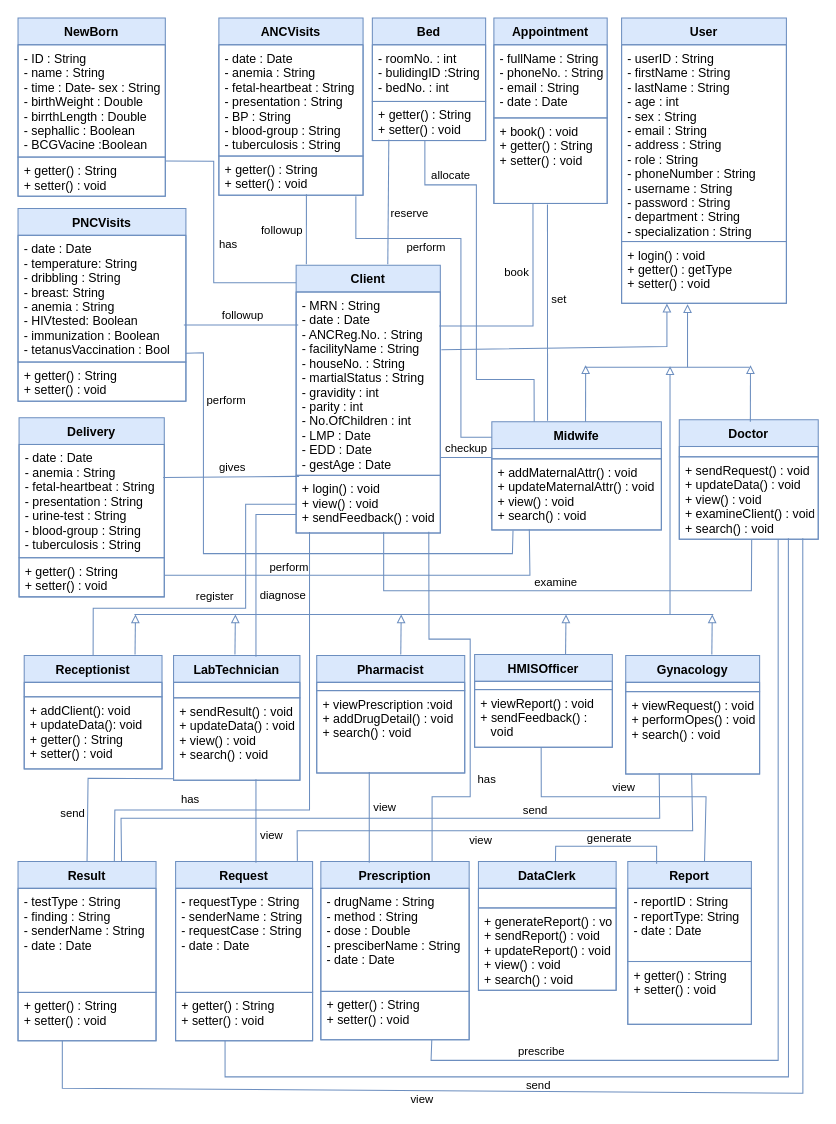
This is page "Class Diagram" (1 of 2) of Class Diagram.drawio from fasil712/UML_Diagram_Design, a draw.io file, before an edit. Source tidied: cells renumbered, new cells numbered last; positions are measured from the earlier drawing's top-left corner, leaving out a move shared by most shapes. Both pictures are drawn from the tidied source at 103%, with x=0, y=0 at pixel (18, 18).
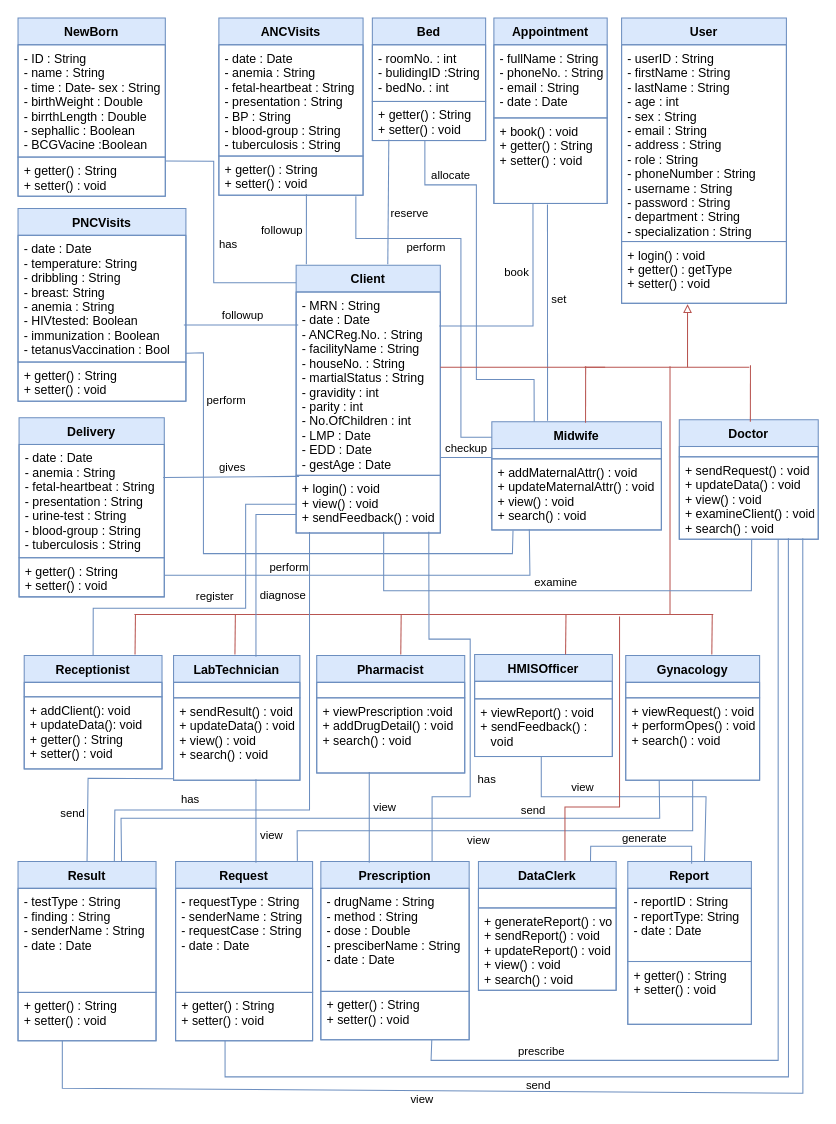
After the change.

The change refers to these unchanged cells:
```xml
<mxCell id="4" value="+ login() : void&#10;+ getter() : getType&#10;+ setter() : void" style="text;strokeColor=#6C8EBF;fillColor=none;align=left;verticalAlign=top;spacingLeft=4;spacingRight=4;overflow=hidden;points=[[0,0.5],[1,0.5]];portConstraint=eastwest;strokeWidth=1;spacingTop=0;fontSize=12;" parent="2" vertex="1">
  <mxGeometry y="217" width="160" height="60" as="geometry" />
</mxCell>
<mxCell id="18" value="- MRN : String&#10;- date : Date&#10;- ANCReg.No. : String&#10;- facilityName : String&#10;- houseNo. : String&#10;- martialStatus : String&#10;- gravidity : int&#10;- parity : int&#10;- No.OfChildren : int&#10;- LMP : Date&#10;- EDD : Date&#10;- gestAge : Date&#10;" style="text;strokeColor=#6C8EBF;fillColor=none;align=left;verticalAlign=top;spacingLeft=4;spacingRight=4;overflow=hidden;points=[[0,0.5],[1,0.5]];portConstraint=eastwest;strokeWidth=1;spacingTop=0;fontSize=12;" parent="17" vertex="1">
  <mxGeometry y="26" width="140" height="178" as="geometry" />
</mxCell>
<mxCell id="61" value="Pharmacist " style="swimlane;fontStyle=1;align=center;verticalAlign=top;horizontal=1;startSize=26;strokeWidth=1;spacingTop=0;fontSize=12;strokeColor=#6c8ebf;fillColor=#dae8fc;" parent="1" vertex="1">
  <mxGeometry x="290" y="619" width="143.7" height="114" as="geometry" />
</mxCell>
```

The edit, as a diff of the source:
```diff
@@
-    <mxCell id="46" style="endArrow=none;html=1;rounded=0;fontSize=11;strokeWidth=1;entryX=1.007;entryY=0.315;entryDx=0;entryDy=0;exitX=0.275;exitY=1.004;exitDx=0;exitDy=0;startArrow=block;startFill=0;fillColor=#dae8fc;strokeColor=#6c8ebf;exitPerimeter=0;entryPerimeter=0;" parent="1" edge="1" source="4" target="18">
-      <mxGeometry relative="1" as="geometry">
-        <Array as="points">
-          <mxPoint x="630" y="319" />
-        </Array>
-      </mxGeometry>
-    </mxCell>
-    <mxCell id="47" style="edgeStyle=none;rounded=0;orthogonalLoop=1;jettySize=auto;html=1;fontSize=11;startArrow=none;startFill=0;endArrow=block;endFill=0;strokeWidth=1;fillColor=#dae8fc;strokeColor=#6c8ebf;" parent="1" edge="1">
+    <mxCell id="47" style="edgeStyle=none;rounded=0;orthogonalLoop=1;jettySize=auto;html=1;fontSize=11;startArrow=none;startFill=0;endArrow=none;endFill=0;strokeWidth=1;fillColor=#f8cecc;strokeColor=#b85450;" parent="1" edge="1">
       <mxGeometry relative="1" as="geometry">
         <mxPoint x="633" y="579" as="sourcePoint" />
         <mxPoint x="633" y="338" as="targetPoint" />
       </mxGeometry>
     </mxCell>
-    <mxCell id="48" style="endArrow=none;html=1;rounded=0;fontSize=11;strokeWidth=1;fillColor=#dae8fc;strokeColor=#6c8ebf;" parent="1" edge="1">
+    <mxCell id="48" style="endArrow=none;html=1;rounded=0;fontSize=11;strokeWidth=1;fillColor=#f8cecc;strokeColor=#b85450;" parent="1" edge="1">
       <mxGeometry relative="1" as="geometry">
         <mxPoint x="710" y="339" as="sourcePoint" />
         <mxPoint x="550" y="339" as="targetPoint" />
       </mxGeometry>
     </mxCell>
-    <mxCell id="49" style="edgeStyle=none;rounded=0;jettySize=auto;html=1;fontSize=11;startArrow=none;startFill=0;endArrow=block;endFill=0;strokeWidth=1;fillColor=#dae8fc;strokeColor=#6c8ebf;entryX=0.4;entryY=1.013;entryDx=0;entryDy=0;entryPerimeter=0;" parent="1" edge="1" target="4">
+    <mxCell id="49" style="edgeStyle=none;rounded=0;jettySize=auto;html=1;fontSize=11;startArrow=none;startFill=0;endArrow=block;endFill=0;strokeWidth=1;fillColor=#f8cecc;strokeColor=#b85450;entryX=0.4;entryY=1.013;entryDx=0;entryDy=0;entryPerimeter=0;" parent="1" edge="1" target="4">
       <mxGeometry relative="1" as="geometry">
         <mxPoint x="650" y="339" as="sourcePoint" />
       </mxGeometry>
     </mxCell>
-    <mxCell id="50" style="edgeStyle=none;rounded=0;orthogonalLoop=1;jettySize=auto;html=1;fontSize=11;startArrow=none;startFill=0;endArrow=block;endFill=0;strokeWidth=1;fillColor=#dae8fc;strokeColor=#6c8ebf;entryX=0.513;entryY=1.083;entryDx=0;entryDy=0;entryPerimeter=0;" parent="1" edge="1">
+    <mxCell id="50" style="edgeStyle=none;rounded=0;orthogonalLoop=1;jettySize=auto;html=1;fontSize=11;startArrow=none;startFill=0;endArrow=none;endFill=0;strokeWidth=1;fillColor=#f8cecc;strokeColor=#b85450;entryX=0.513;entryY=1.083;entryDx=0;entryDy=0;entryPerimeter=0;" parent="1" edge="1">
       <mxGeometry relative="1" as="geometry">
-        <mxPoint x="551" y="392" as="sourcePoint" />
-        <mxPoint x="551.1" y="337" as="targetPoint" />
+        <mxPoint x="551" y="393" as="sourcePoint" />
+        <mxPoint x="551.1" y="338" as="targetPoint" />
       </mxGeometry>
     </mxCell>
-    <mxCell id="51" style="edgeStyle=none;rounded=0;orthogonalLoop=1;jettySize=auto;html=1;fontSize=11;startArrow=none;startFill=0;endArrow=block;endFill=0;strokeWidth=1;fillColor=#dae8fc;strokeColor=#6c8ebf;entryX=0.513;entryY=1.083;entryDx=0;entryDy=0;entryPerimeter=0;" parent="1" edge="1">
+    <mxCell id="51" style="edgeStyle=none;rounded=0;orthogonalLoop=1;jettySize=auto;html=1;fontSize=11;startArrow=none;startFill=0;endArrow=none;endFill=0;strokeWidth=1;fillColor=#f8cecc;strokeColor=#b85450;entryX=0.513;entryY=1.083;entryDx=0;entryDy=0;entryPerimeter=0;" parent="1" edge="1">
       <mxGeometry relative="1" as="geometry">
         <mxPoint x="711" y="392" as="sourcePoint" />
         <mxPoint x="711.1" y="337" as="targetPoint" />
       </mxGeometry>
     </mxCell>
@@
     <mxCell id="55" value="Gynacology" style="swimlane;fontStyle=1;align=center;verticalAlign=top;horizontal=1;startSize=26;strokeWidth=1;spacingTop=0;fontSize=12;strokeColor=#6c8ebf;fillColor=#dae8fc;" parent="1" vertex="1">
-      <mxGeometry x="590" y="619" width="130" height="115" as="geometry" />
+      <mxGeometry x="590" y="619" width="130" height="121" as="geometry" />
     </mxCell>
     <mxCell id="56" style="text;strokeColor=#6C8EBF;fillColor=none;align=left;verticalAlign=top;spacingLeft=4;spacingRight=4;overflow=hidden;strokeWidth=1;spacingTop=0;fontSize=12;" parent="55" vertex="1">
-      <mxGeometry y="26" width="130" height="9" as="geometry" />
+      <mxGeometry y="26" width="130" height="15" as="geometry" />
     </mxCell>
     <mxCell id="57" value="+ viewRequest() : void&#10;+ performOpes() : void&#10;+ search() : void" style="text;strokeColor=#6C8EBF;fillColor=none;align=left;verticalAlign=top;spacingLeft=4;spacingRight=4;overflow=hidden;strokeWidth=1;spacingTop=0;fontSize=12;" parent="55" vertex="1">
-      <mxGeometry y="35" width="130" height="80" as="geometry" />
+      <mxGeometry y="41" width="130" height="80" as="geometry" />
     </mxCell>
@@
     <mxCell id="62" style="text;strokeColor=#6C8EBF;fillColor=none;align=left;verticalAlign=top;spacingLeft=4;spacingRight=4;overflow=hidden;strokeWidth=1;spacingTop=0;fontSize=12;" parent="61" vertex="1">
-      <mxGeometry y="26" width="143.7" height="8" as="geometry" />
+      <mxGeometry y="26" width="143.7" height="15" as="geometry" />
     </mxCell>
     <mxCell id="63" value="+ viewPrescription :void&#10;+ addDrugDetail() : void&#10;+ search() : void&#10;" style="text;strokeColor=#6C8EBF;fillColor=none;align=left;verticalAlign=top;spacingLeft=4;spacingRight=4;overflow=hidden;strokeWidth=1;spacingTop=0;fontSize=12;" parent="61" vertex="1">
-      <mxGeometry y="34" width="143.7" height="80" as="geometry" />
+      <mxGeometry y="41" width="143.7" height="73" as="geometry" />
     </mxCell>
     <mxCell id="64" value="HMISOfficer" style="swimlane;fontStyle=1;align=center;verticalAlign=top;horizontal=1;startSize=26;strokeWidth=1;spacingTop=0;fontSize=12;strokeColor=#6c8ebf;fillColor=#dae8fc;" parent="1" vertex="1">
-      <mxGeometry x="443.3" y="618" width="133.7" height="90" as="geometry" />
+      <mxGeometry x="443.3" y="618" width="133.7" height="99" as="geometry" />
     </mxCell>
     <mxCell id="65" style="text;strokeColor=#6C8EBF;fillColor=none;align=left;verticalAlign=top;spacingLeft=4;spacingRight=4;overflow=hidden;strokeWidth=1;spacingTop=0;fontSize=12;" parent="64" vertex="1">
-      <mxGeometry y="26" width="133.7" height="8" as="geometry" />
+      <mxGeometry y="26" width="133.7" height="17" as="geometry" />
     </mxCell>
     <mxCell id="66" value="+ viewReport() : void&#10;+ sendFeedback() :&#10;   void" style="text;strokeColor=#6C8EBF;fillColor=none;align=left;verticalAlign=top;spacingLeft=4;spacingRight=4;overflow=hidden;strokeWidth=1;spacingTop=0;fontSize=12;" parent="64" vertex="1">
-      <mxGeometry y="34" width="133.7" height="56" as="geometry" />
+      <mxGeometry y="43" width="133.7" height="56" as="geometry" />
     </mxCell>
@@
-    <mxCell id="70" style="edgeStyle=none;rounded=0;orthogonalLoop=1;jettySize=auto;html=1;fontSize=11;startArrow=none;startFill=0;endArrow=block;endFill=0;strokeWidth=1;fillColor=#dae8fc;strokeColor=#6c8ebf;exitX=0.75;exitY=0;exitDx=0;exitDy=0;" parent="1" edge="1">
+    <mxCell id="70" style="edgeStyle=none;rounded=0;orthogonalLoop=1;jettySize=auto;html=1;fontSize=11;startArrow=none;startFill=0;endArrow=none;endFill=0;strokeWidth=1;fillColor=#f8cecc;strokeColor=#b85450;exitX=0.75;exitY=0;exitDx=0;exitDy=0;" parent="1" edge="1">
       <mxGeometry relative="1" as="geometry">
         <mxPoint x="531.6" y="618" as="sourcePoint" />
         <mxPoint x="532" y="579" as="targetPoint" />
       </mxGeometry>
     </mxCell>
@@
-    <mxCell id="76" style="endArrow=none;html=1;rounded=0;fontSize=11;strokeWidth=1;fillColor=#dae8fc;strokeColor=#6c8ebf;" parent="1" edge="1">
+    <mxCell id="76" style="endArrow=none;html=1;rounded=0;fontSize=11;strokeWidth=1;fillColor=#f8cecc;strokeColor=#b85450;" parent="1" edge="1">
       <mxGeometry relative="1" as="geometry">
         <mxPoint x="675" y="579" as="sourcePoint" />
         <mxPoint x="113" y="579" as="targetPoint" />
       </mxGeometry>
     </mxCell>
-    <mxCell id="77" style="edgeStyle=none;rounded=0;orthogonalLoop=1;jettySize=auto;html=1;fontSize=11;startArrow=none;startFill=0;endArrow=block;endFill=0;strokeWidth=1;fillColor=#dae8fc;strokeColor=#6c8ebf;exitX=0.75;exitY=0;exitDx=0;exitDy=0;" parent="1" edge="1">
+    <mxCell id="77" style="edgeStyle=none;rounded=0;orthogonalLoop=1;jettySize=auto;html=1;fontSize=11;startArrow=none;startFill=0;endArrow=none;endFill=0;strokeWidth=1;fillColor=#f8cecc;strokeColor=#b85450;exitX=0.75;exitY=0;exitDx=0;exitDy=0;" parent="1" edge="1">
       <mxGeometry relative="1" as="geometry">
         <mxPoint x="371.6" y="618" as="sourcePoint" />
         <mxPoint x="372" y="579" as="targetPoint" />
       </mxGeometry>
     </mxCell>
-    <mxCell id="78" style="edgeStyle=none;rounded=0;orthogonalLoop=1;jettySize=auto;html=1;fontSize=11;startArrow=none;startFill=0;endArrow=block;endFill=0;strokeWidth=1;fillColor=#dae8fc;strokeColor=#6c8ebf;exitX=0.75;exitY=0;exitDx=0;exitDy=0;" parent="1" edge="1">
+    <mxCell id="78" style="edgeStyle=none;rounded=0;orthogonalLoop=1;jettySize=auto;html=1;fontSize=11;startArrow=none;startFill=0;endArrow=none;endFill=0;strokeWidth=1;fillColor=#f8cecc;strokeColor=#b85450;exitX=0.75;exitY=0;exitDx=0;exitDy=0;" parent="1" edge="1">
       <mxGeometry relative="1" as="geometry">
         <mxPoint x="210.6" y="618" as="sourcePoint" />
         <mxPoint x="211" y="579" as="targetPoint" />
       </mxGeometry>
     </mxCell>
-    <mxCell id="79" style="edgeStyle=none;rounded=0;orthogonalLoop=1;jettySize=auto;html=1;fontSize=11;startArrow=none;startFill=0;endArrow=block;endFill=0;strokeWidth=1;fillColor=#dae8fc;strokeColor=#6c8ebf;exitX=0.75;exitY=0;exitDx=0;exitDy=0;" parent="1" edge="1">
+    <mxCell id="79" style="edgeStyle=none;rounded=0;orthogonalLoop=1;jettySize=auto;html=1;fontSize=11;startArrow=none;startFill=0;endArrow=none;endFill=0;strokeWidth=1;fillColor=#f8cecc;strokeColor=#b85450;exitX=0.75;exitY=0;exitDx=0;exitDy=0;" parent="1" edge="1">
       <mxGeometry relative="1" as="geometry">
         <mxPoint x="673.6" y="618" as="sourcePoint" />
         <mxPoint x="674" y="579" as="targetPoint" />
       </mxGeometry>
     </mxCell>
@@
-    <mxCell id="86" style="edgeStyle=none;rounded=0;orthogonalLoop=1;jettySize=auto;html=1;fontSize=11;startArrow=none;startFill=0;endArrow=block;endFill=0;strokeWidth=1;fillColor=#dae8fc;strokeColor=#6c8ebf;exitX=0.75;exitY=0;exitDx=0;exitDy=0;" parent="1" edge="1">
+    <mxCell id="86" style="edgeStyle=none;rounded=0;orthogonalLoop=1;jettySize=auto;html=1;fontSize=11;startArrow=none;startFill=0;endArrow=none;endFill=0;strokeWidth=1;fillColor=#f8cecc;strokeColor=#b85450;exitX=0.75;exitY=0;exitDx=0;exitDy=0;" parent="1" edge="1">
       <mxGeometry relative="1" as="geometry">
         <mxPoint x="113.6" y="618" as="sourcePoint" />
         <mxPoint x="114" y="579" as="targetPoint" />
       </mxGeometry>
     </mxCell>
@@
     <mxCell id="89" style="endArrow=none;html=1;rounded=0;strokeWidth=1;fillColor=#dae8fc;strokeColor=#6c8ebf;entryX=0.5;entryY=0;entryDx=0;entryDy=0;" parent="1" edge="1">
       <mxGeometry relative="1" as="geometry">
-        <mxPoint x="620" y="821" as="sourcePoint" />
-        <mxPoint x="521.8" y="819" as="targetPoint" />
+        <mxPoint x="654" y="821" as="sourcePoint" />
+        <mxPoint x="555.8" y="819" as="targetPoint" />
         <Array as="points">
-          <mxPoint x="620" y="804" />
-          <mxPoint x="522" y="804" />
+          <mxPoint x="654" y="804" />
+          <mxPoint x="556" y="804" />
         </Array>
       </mxGeometry>
     </mxCell>
@@
-    <mxCell id="95" style="endArrow=none;html=1;rounded=0;strokeWidth=1;fillColor=#dae8fc;strokeColor=#6c8ebf;entryX=0.5;entryY=0;entryDx=0;entryDy=0;exitX=0.64;exitY=0.997;exitDx=0;exitDy=0;exitPerimeter=0;" parent="1" edge="1">
+    <mxCell id="95" style="endArrow=none;html=1;rounded=0;strokeWidth=1;fillColor=#dae8fc;strokeColor=#6c8ebf;entryX=0.5;entryY=0;entryDx=0;entryDy=0;" parent="1" edge="1">
       <mxGeometry relative="1" as="geometry">
-        <mxPoint x="507.9" y="707.8" as="sourcePoint" />
+        <mxPoint x="508" y="717" as="sourcePoint" />
         <mxPoint x="666.5" y="819" as="targetPoint" />
         <Array as="points">
           <mxPoint x="508" y="756" />
           <mxPoint x="668" y="756" />
         </Array>
       </mxGeometry>
     </mxCell>
     <mxCell id="96" value="view" style="edgeLabel;html=1;align=center;verticalAlign=middle;" parent="95" vertex="1">
       <mxGeometry x="0.43" y="-2" relative="1" as="geometry">
-        <mxPoint x="-66" y="-12" as="offset" />
+        <mxPoint x="-109" y="-12" as="offset" />
       </mxGeometry>
     </mxCell>
@@
-    <mxCell id="103" style="endArrow=none;html=1;rounded=0;strokeWidth=1;fillColor=#dae8fc;strokeColor=#6c8ebf;entryX=0.821;entryY=0.002;entryDx=0;entryDy=0;entryPerimeter=0;" parent="1" edge="1">
+    <mxCell id="103" style="endArrow=none;html=1;rounded=0;strokeWidth=1;fillColor=#dae8fc;strokeColor=#6c8ebf;entryX=0.821;entryY=0.002;entryDx=0;entryDy=0;entryPerimeter=0;exitX=0.5;exitY=1;exitDx=0;exitDy=0;" parent="1" edge="1" source="55">
       <mxGeometry relative="1" as="geometry">
-        <mxPoint x="654" y="733" as="sourcePoint" />
         <mxPoint x="271.2" y="818.3" as="targetPoint" />
         <Array as="points">
           <mxPoint x="655" y="789" />
           <mxPoint x="271" y="789" />
         </Array>
       </mxGeometry>
     </mxCell>
@@
-    <mxCell id="117" style="endArrow=none;html=1;rounded=0;strokeWidth=1;fillColor=#dae8fc;strokeColor=#6c8ebf;entryX=0.75;entryY=0;entryDx=0;entryDy=0;exitX=0.25;exitY=1;exitDx=0;exitDy=0;" parent="1" edge="1">
+    <mxCell id="117" style="endArrow=none;html=1;rounded=0;strokeWidth=1;fillColor=#dae8fc;strokeColor=#6c8ebf;entryX=0.75;entryY=0;entryDx=0;entryDy=0;exitX=0.25;exitY=1;exitDx=0;exitDy=0;" parent="1" edge="1" source="55">
       <mxGeometry relative="1" as="geometry">
-        <mxPoint x="622.5" y="733" as="sourcePoint" />
         <mxPoint x="100.5" y="819" as="targetPoint" />
         <Array as="points">
           <mxPoint x="623" y="777" />
           <mxPoint x="100" y="777" />
         </Array>
       </mxGeometry>
     </mxCell>
@@
+    <mxCell id="128" style="edgeStyle=none;rounded=0;orthogonalLoop=1;jettySize=auto;html=1;fontSize=11;startArrow=none;startFill=0;endArrow=none;endFill=0;strokeWidth=1;fillColor=#f8cecc;strokeColor=#b85450;" parent="1" edge="1">
+      <mxGeometry relative="1" as="geometry">
+        <mxPoint x="531" y="818" as="sourcePoint" />
+        <mxPoint x="584" y="581" as="targetPoint" />
+        <Array as="points">
+          <mxPoint x="531" y="766" />
+          <mxPoint x="584" y="766" />
+        </Array>
+      </mxGeometry>
+    </mxCell>
+    <mxCell id="129" style="endArrow=none;html=1;rounded=0;fontSize=11;strokeWidth=1;fillColor=#f8cecc;strokeColor=#b85450;" parent="1" edge="1">
+      <mxGeometry relative="1" as="geometry">
+        <mxPoint x="570" y="339" as="sourcePoint" />
+        <mxPoint x="410" y="339" as="targetPoint" />
+      </mxGeometry>
+    </mxCell>
```
